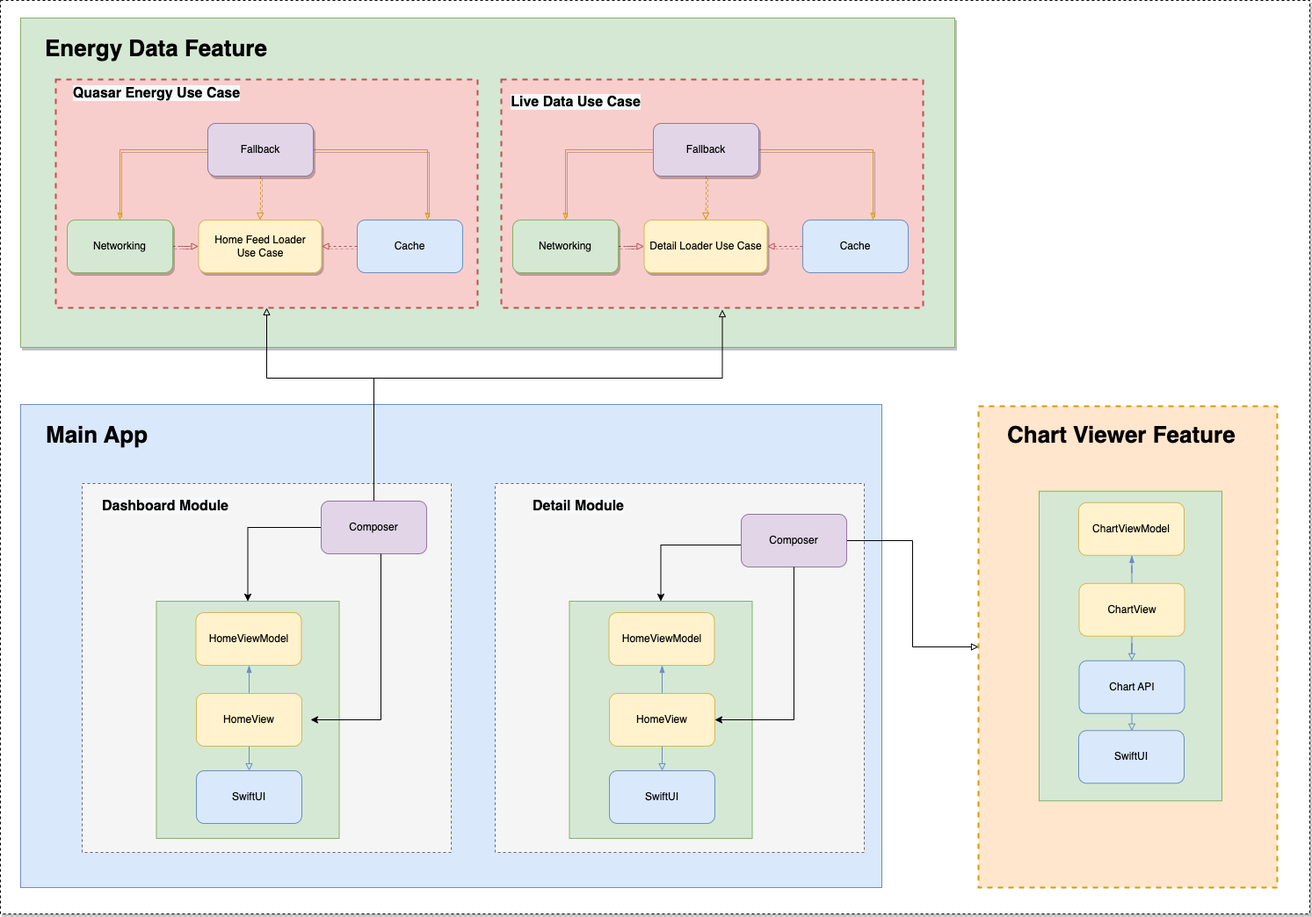
The draw.io diagram architecture.png in maurovz/EnergyMonitor, before a commit. Source tidied: cells renumbered, new cells last; positions are measured from the earlier drawing's top-left corner, leaving out a move shared by most shapes.
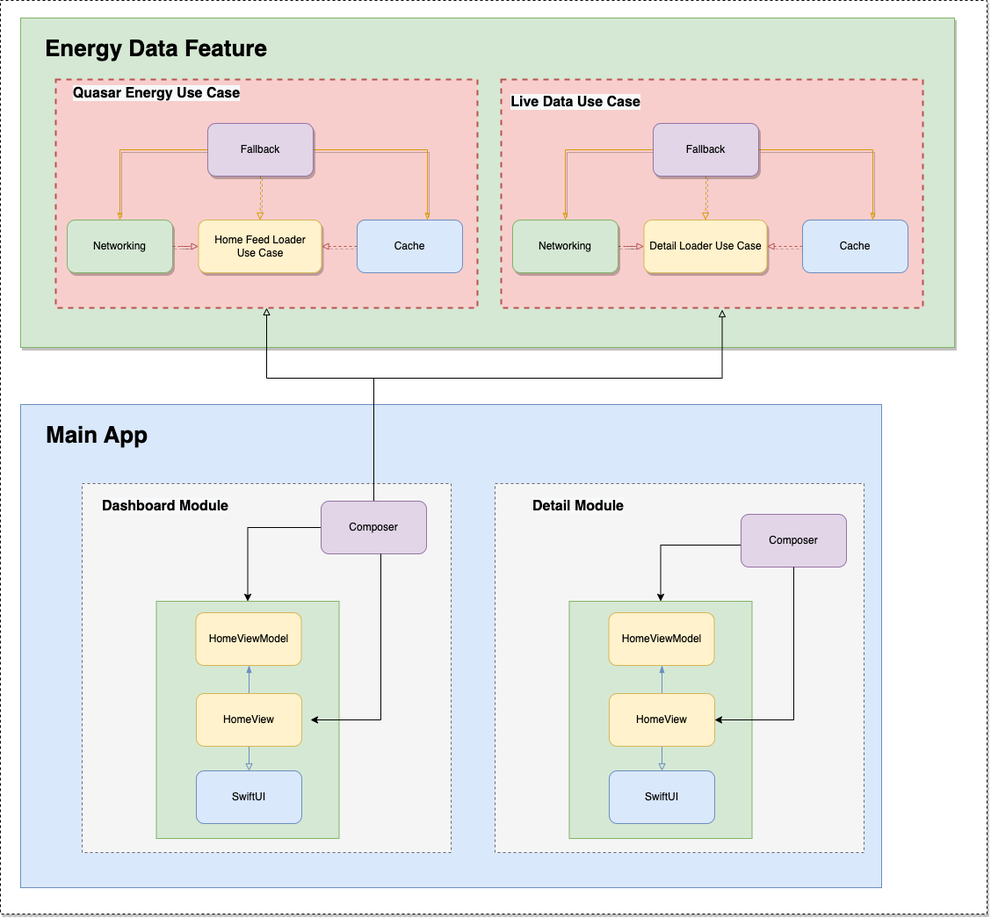
After the commit.

Change to the diagram source:
```diff
@@ -3,36 +3,8 @@
     <mxCell id="0" />
     <mxCell id="1" parent="0" />
     <mxCell id="2" style="rounded=0;whiteSpace=wrap;html=1;shadow=1;fontColor=#FFFFFF;dashed=1;" parent="1" vertex="1">
-      <mxGeometry width="1490" height="1040" as="geometry" />
+      <mxGeometry width="1123" height="1040" as="geometry" />
     </mxCell>
-    <mxCell id="3" style="rounded=0;whiteSpace=wrap;html=1;strokeWidth=2;dashed=1;fillColor=#ffe6cc;strokeColor=#d79b00;" parent="1" vertex="1">
-      <mxGeometry x="1113" y="462" width="340" height="548" as="geometry" />
-    </mxCell>
-    <mxCell id="4" style="rounded=0;whiteSpace=wrap;html=1;fillColor=#d5e8d4;strokeColor=#82b366;" parent="1" vertex="1">
-      <mxGeometry x="1182" y="558.8" width="208" height="352.5" as="geometry" />
-    </mxCell>
-    <mxCell id="5" value="ChartViewModel" style="rounded=1;whiteSpace=wrap;html=1;fillColor=#fff2cc;strokeColor=#d6b656;" parent="1" vertex="1">
-      <mxGeometry x="1227" y="571.8" width="120" height="60" as="geometry" />
-    </mxCell>
-    <mxCell id="6" style="edgeStyle=orthogonalEdgeStyle;rounded=0;jettySize=auto;html=1;fontSize=12;endArrow=blockThin;endFill=1;fillColor=#dae8fc;strokeColor=#6c8ebf;" parent="1" edge="1" source="8">
-      <mxGeometry relative="1" as="geometry">
-        <mxPoint x="1287.5" y="631.8" as="targetPoint" />
-      </mxGeometry>
-    </mxCell>
-    <mxCell id="7" style="edgeStyle=orthogonalEdgeStyle;rounded=0;jettySize=auto;html=1;fontSize=12;endArrow=block;endFill=0;fillColor=#dae8fc;strokeColor=#6c8ebf;" parent="1" edge="1" source="8">
-      <mxGeometry relative="1" as="geometry">
-        <mxPoint x="1287.5" y="751.8" as="targetPoint" />
-      </mxGeometry>
-    </mxCell>
-    <mxCell id="8" value="ChartView" style="rounded=1;whiteSpace=wrap;html=1;fillColor=#fff2cc;strokeColor=#d6b656;" parent="1" vertex="1">
-      <mxGeometry x="1227.5" y="663.8" width="120" height="60" as="geometry" />
-    </mxCell>
-    <mxCell id="9" style="edgeStyle=orthogonalEdgeStyle;rounded=0;jettySize=auto;html=1;entryX=0.5;entryY=0;entryDx=0;entryDy=0;shadow=0;labelBackgroundColor=none;fontSize=26;endArrow=block;endFill=0;fillColor=#dae8fc;strokeColor=#6c8ebf;" parent="1" edge="1" source="10" target="63">
-      <mxGeometry relative="1" as="geometry" />
-    </mxCell>
-    <mxCell id="10" value="Chart API" style="rounded=1;whiteSpace=wrap;html=1;fillColor=#dae8fc;strokeColor=#6c8ebf;" parent="1" vertex="1">
-      <mxGeometry x="1227.5" y="751.8" width="120" height="60" as="geometry" />
-    </mxCell>
     <mxCell id="11" style="rounded=0;whiteSpace=wrap;html=1;shadow=1;fillColor=#d5e8d4;strokeColor=#82b366;" parent="1" vertex="1">
       <mxGeometry x="23" y="20" width="1063" height="375" as="geometry" />
     </mxCell>
@@ -142,9 +114,6 @@
         </Array>
       </mxGeometry>
     </mxCell>
-    <mxCell id="39" style="edgeStyle=orthogonalEdgeStyle;rounded=0;jettySize=auto;html=1;shadow=0;labelBackgroundColor=none;fontSize=26;endArrow=block;endFill=0;" parent="1" edge="1" source="40" target="3">
-      <mxGeometry relative="1" as="geometry" />
-    </mxCell>
     <mxCell id="40" value="Composer" style="rounded=1;whiteSpace=wrap;html=1;fillColor=#e1d5e7;strokeColor=#9673a6;" parent="1" vertex="1">
       <mxGeometry x="843" y="585" width="120" height="60" as="geometry" />
     </mxCell>
@@ -208,9 +177,6 @@
     <mxCell id="58" value="Energy Data Feature" style="text;html=1;strokeColor=none;fillColor=none;align=left;verticalAlign=middle;whiteSpace=wrap;rounded=0;fontSize=26;fontStyle=1;" parent="1" vertex="1">
       <mxGeometry x="48.5" y="40" width="474.5" height="30" as="geometry" />
     </mxCell>
-    <mxCell id="59" value="Chart Viewer Feature" style="text;html=1;strokeColor=none;fillColor=none;align=left;verticalAlign=middle;whiteSpace=wrap;rounded=0;fontSize=26;fontStyle=1;" parent="1" vertex="1">
-      <mxGeometry x="1143.5" y="480" width="279" height="30" as="geometry" />
-    </mxCell>
     <mxCell id="60" style="edgeStyle=orthogonalEdgeStyle;rounded=0;jettySize=auto;html=1;entryX=1;entryY=0.5;entryDx=0;entryDy=0;shadow=0;labelBackgroundColor=none;fontSize=26;" parent="1" edge="1" source="40" target="45">
       <mxGeometry relative="1" as="geometry">
         <Array as="points">
@@ -229,8 +195,5 @@
     <mxCell id="62" value="Main App" style="text;html=1;strokeColor=none;fillColor=none;align=left;verticalAlign=middle;whiteSpace=wrap;rounded=0;fontSize=26;fontStyle=1;" parent="1" vertex="1">
       <mxGeometry x="50" y="480" width="199" height="30" as="geometry" />
     </mxCell>
-    <mxCell id="63" value="SwiftUI" style="rounded=1;whiteSpace=wrap;html=1;fillColor=#dae8fc;strokeColor=#6c8ebf;" parent="1" vertex="1">
-      <mxGeometry x="1227" y="831.2" width="120" height="60" as="geometry" />
-    </mxCell>
   </root>
 </mxGraphModel>
```
